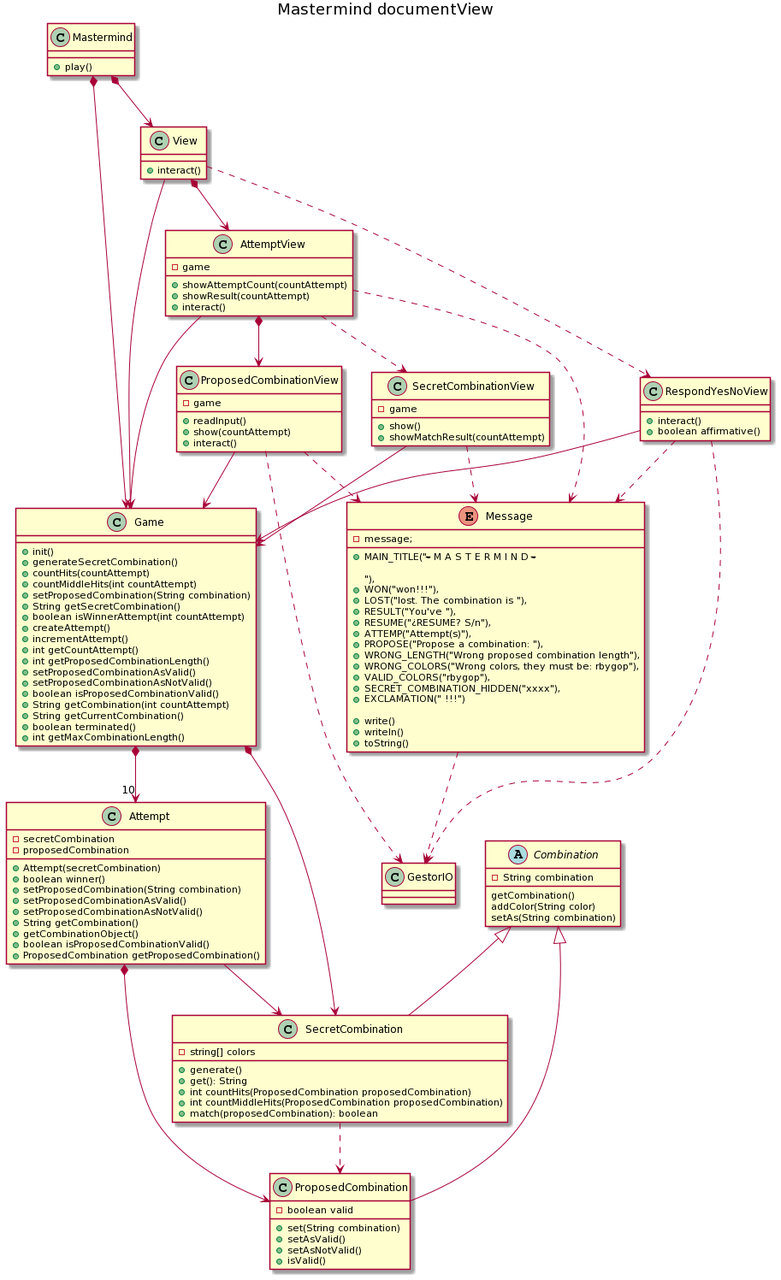
Master-Desarrollo-20-21/diseno-oo-ejercicio2-mastermind-document-view-arpafer keeps this PlantUML diagram as matermind-vistapublica-documentView.png. Above is the earlier version.
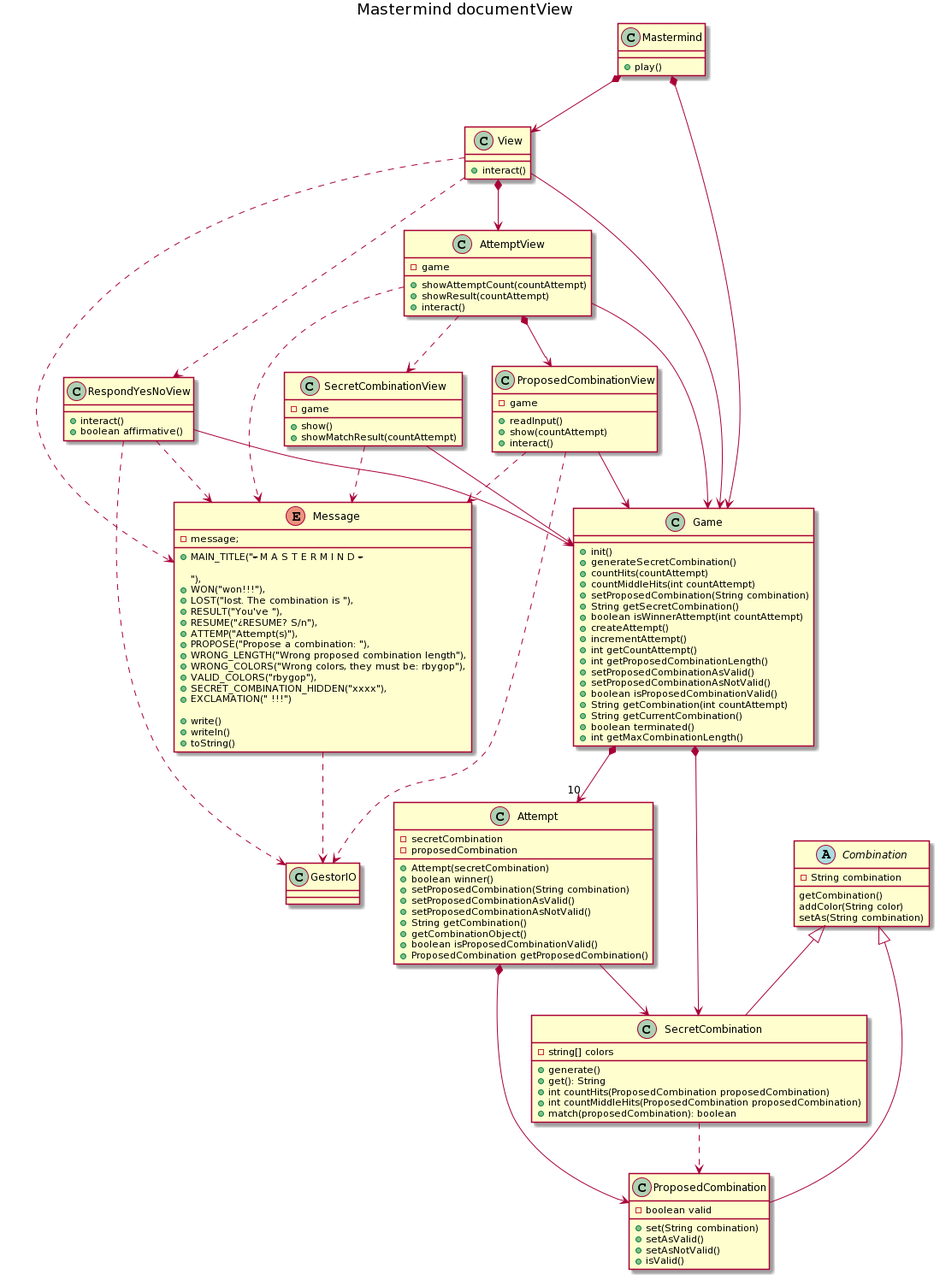
The same file after the commit.

Commit message:
Se añade una relación de uso que faltaba en la clase View

Diff of the diagram source:
```diff
@@ -11,8 +11,9 @@
 
 View *--> AttemptView
 View ..> RespondYesNoView
+View --> Game
+View ..> Message
 
-View --> Game
 class View {
   +interact()
 }
```
